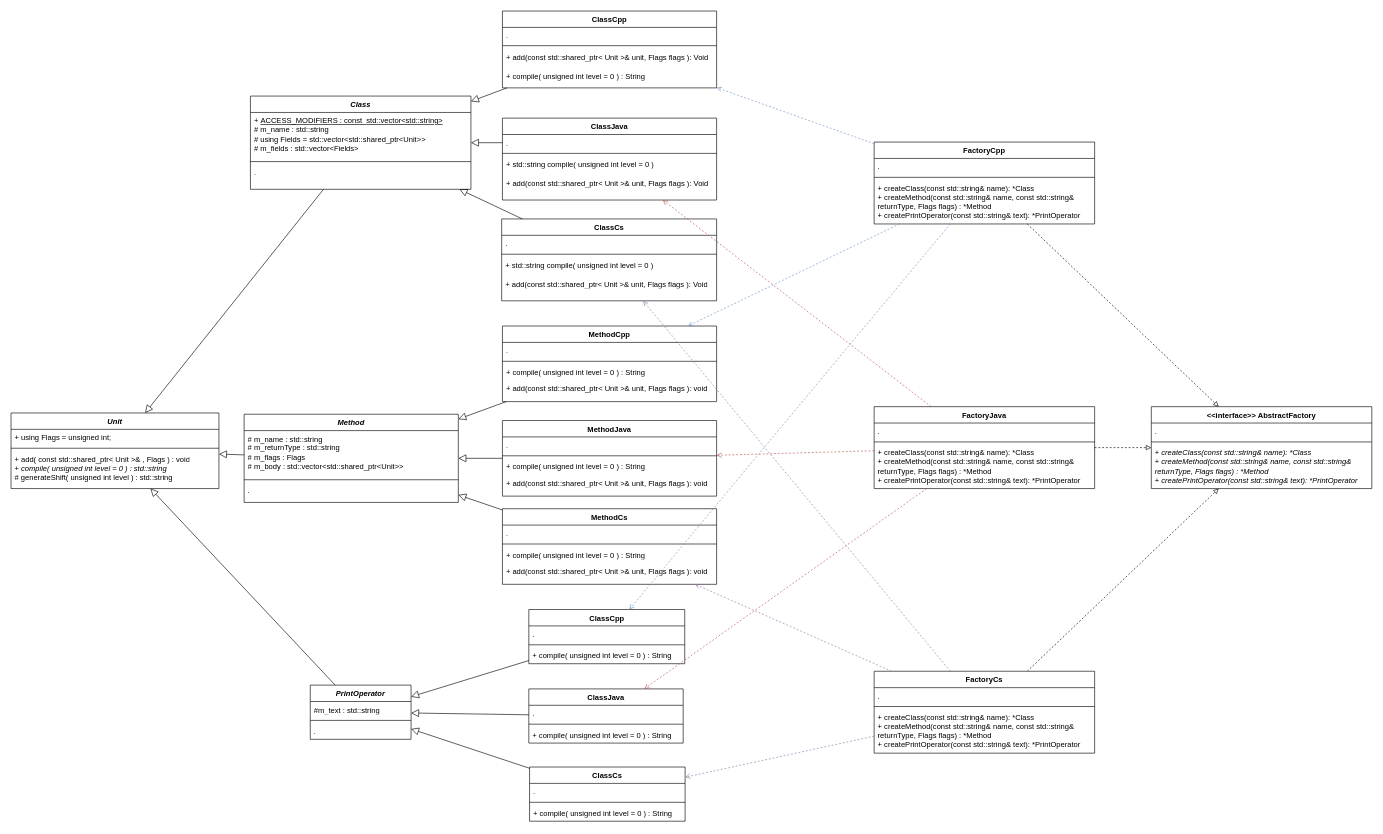
Above: UML.drawio in lekksha/CodeGenerator (draw.io), before the change. Source tidied: cells renumbered, new cells numbered last; positions are measured from the earlier drawing's top-left corner, leaving out a move shared by most shapes. Both pictures are drawn from the tidied source at 63%, with x=0, y=0 at pixel (11, 11).
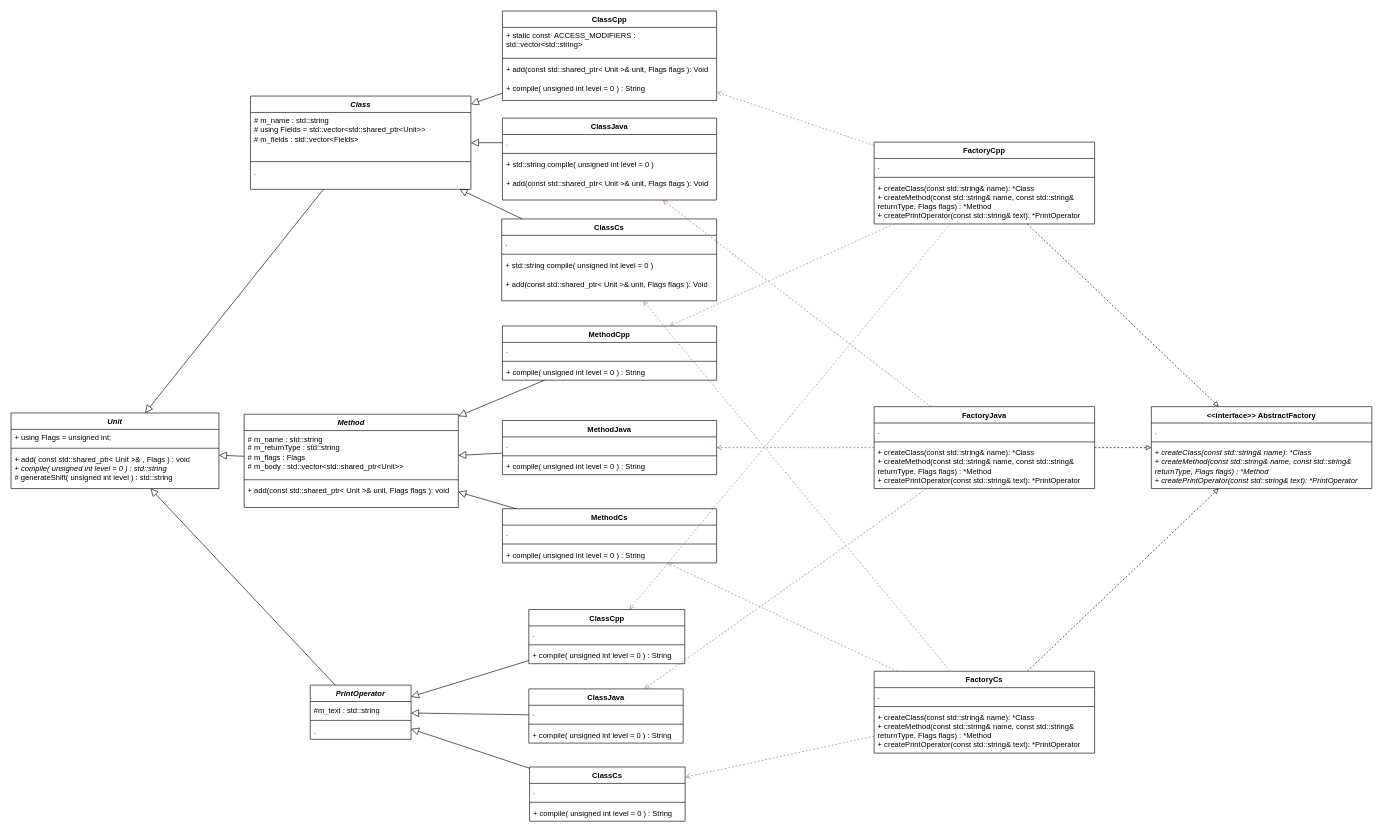
After the change.

Commit message (it also covers changes not shown here):
fix UML-code inconsitstancies

Unchanged cells that the change refers to:
```xml
<mxCell id="96" value="&lt;i&gt;Class&lt;/i&gt;" style="swimlane;fontStyle=1;align=center;verticalAlign=top;horizontal=1;startSize=26;whiteSpace=wrap;html=1;" parent="1" vertex="1">
  <mxGeometry x="380" y="135" width="350" height="148" as="geometry" />
</mxCell>
```

Change to the diagram source:
```diff
@@
     <mxCell id="2" value="ClassCpp" style="swimlane;fontStyle=1;align=center;verticalAlign=top;horizontal=1;startSize=26;whiteSpace=wrap;html=1;" parent="1" vertex="1">
-      <mxGeometry x="780" width="340" height="122" as="geometry" />
+      <mxGeometry x="780" width="340" height="142" as="geometry" />
     </mxCell>
-    <mxCell id="3" value="." style="text;strokeColor=none;fillColor=none;align=left;verticalAlign=top;spacingLeft=4;spacingRight=4;overflow=hidden;whiteSpace=wrap;html=1;" parent="2" vertex="1">
-      <mxGeometry y="26" width="340" height="24" as="geometry" />
+    <mxCell id="3" value="+ static const&amp;nbsp; ACCESS_MODIFIERS : std::vector&amp;lt;std::string&amp;gt;" style="text;strokeColor=none;fillColor=none;align=left;verticalAlign=top;spacingLeft=4;spacingRight=4;overflow=hidden;whiteSpace=wrap;html=1;" parent="2" vertex="1">
+      <mxGeometry y="26" width="340" height="44" as="geometry" />
     </mxCell>
     <mxCell id="4" style="line;strokeWidth=1;fillColor=none;align=left;verticalAlign=middle;spacingTop=-1;spacingLeft=3;spacingRight=3;labelPosition=right;strokeColor=inherit;" parent="2" vertex="1">
-      <mxGeometry y="50" width="340" height="10" as="geometry" />
+      <mxGeometry y="70" width="340" height="10" as="geometry" />
     </mxCell>
     <mxCell id="5" value="+ add(const std::shared_ptr&amp;lt; Unit &amp;gt;&amp;amp; unit, Flags flags&amp;nbsp;): Void" style="text;strokeColor=none;fillColor=none;align=left;verticalAlign=top;spacingLeft=4;spacingRight=4;overflow=hidden;whiteSpace=wrap;html=1;" parent="2" vertex="1">
-      <mxGeometry y="60" width="340" height="30" as="geometry" />
+      <mxGeometry y="80" width="340" height="30" as="geometry" />
     </mxCell>
     <mxCell id="6" value="+ compile( unsigned int level = 0 ) : String" style="text;strokeColor=none;fillColor=none;align=left;verticalAlign=top;spacingLeft=4;spacingRight=4;overflow=hidden;whiteSpace=wrap;html=1;" parent="2" vertex="1">
-      <mxGeometry y="90" width="340" height="32" as="geometry" />
+      <mxGeometry y="110" width="340" height="32" as="geometry" />
     </mxCell>
@@
     <mxCell id="19" value="MethodCpp" style="swimlane;fontStyle=1;align=center;verticalAlign=top;horizontal=1;startSize=26;whiteSpace=wrap;html=1;" parent="1" vertex="1">
-      <mxGeometry x="780" y="500" width="340" height="120" as="geometry" />
+      <mxGeometry x="780" y="500" width="340" height="86" as="geometry" />
     </mxCell>
@@
-    <mxCell id="23" value="+ add(const std::shared_ptr&amp;lt; Unit &amp;gt;&amp;amp; unit, Flags flags&amp;nbsp;): void" style="text;strokeColor=none;fillColor=none;align=left;verticalAlign=top;spacingLeft=4;spacingRight=4;overflow=hidden;whiteSpace=wrap;html=1;" parent="19" vertex="1">
-      <mxGeometry y="86" width="340" height="34" as="geometry" />
-    </mxCell>
     <mxCell id="24" value="&lt;i&gt;Method&lt;/i&gt;" style="swimlane;fontStyle=1;align=center;verticalAlign=top;horizontal=1;startSize=26;whiteSpace=wrap;html=1;" parent="1" vertex="1">
-      <mxGeometry x="370" y="640" width="340" height="140" as="geometry" />
+      <mxGeometry x="370" y="640" width="340" height="148" as="geometry" />
     </mxCell>
@@
-    <mxCell id="27" value="." style="text;strokeColor=none;fillColor=none;align=left;verticalAlign=top;spacingLeft=4;spacingRight=4;overflow=hidden;whiteSpace=wrap;html=1;" parent="24" vertex="1">
-      <mxGeometry y="108" width="340" height="32" as="geometry" />
+    <mxCell id="27" value="+ add(const std::shared_ptr&amp;lt; Unit &amp;gt;&amp;amp; unit, Flags flags&amp;nbsp;): void" style="text;strokeColor=none;fillColor=none;align=left;verticalAlign=top;spacingLeft=4;spacingRight=4;overflow=hidden;whiteSpace=wrap;html=1;" parent="24" vertex="1">
+      <mxGeometry y="108" width="340" height="40" as="geometry" />
     </mxCell>
     <mxCell id="28" value="MethodJava" style="swimlane;fontStyle=1;align=center;verticalAlign=top;horizontal=1;startSize=26;whiteSpace=wrap;html=1;" parent="1" vertex="1">
-      <mxGeometry x="780" y="650" width="340" height="120" as="geometry" />
+      <mxGeometry x="780" y="650" width="340" height="86" as="geometry" />
     </mxCell>
@@
-    <mxCell id="32" value="+ add(const std::shared_ptr&amp;lt; Unit &amp;gt;&amp;amp; unit, Flags flags&amp;nbsp;): void" style="text;strokeColor=none;fillColor=none;align=left;verticalAlign=top;spacingLeft=4;spacingRight=4;overflow=hidden;whiteSpace=wrap;html=1;" parent="28" vertex="1">
-      <mxGeometry y="86" width="340" height="34" as="geometry" />
-    </mxCell>
     <mxCell id="33" value="MethodCs" style="swimlane;fontStyle=1;align=center;verticalAlign=top;horizontal=1;startSize=26;whiteSpace=wrap;html=1;" parent="1" vertex="1">
-      <mxGeometry x="780" y="790" width="340" height="120" as="geometry" />
+      <mxGeometry x="780" y="790" width="340" height="86" as="geometry" />
     </mxCell>
@@
-    <mxCell id="37" value="+ add(const std::shared_ptr&amp;lt; Unit &amp;gt;&amp;amp; unit, Flags flags&amp;nbsp;): void" style="text;strokeColor=none;fillColor=none;align=left;verticalAlign=top;spacingLeft=4;spacingRight=4;overflow=hidden;whiteSpace=wrap;html=1;" parent="33" vertex="1">
-      <mxGeometry y="86" width="340" height="34" as="geometry" />
-    </mxCell>
@@
-    <mxCell id="97" value="&lt;div&gt;+&amp;nbsp;&lt;u&gt;ACCESS_MODIFIERS :&amp;nbsp;&lt;span style=&quot;background-color: initial;&quot;&gt;const&amp;nbsp;&lt;/span&gt;&lt;span style=&quot;background-color: initial;&quot;&gt;&amp;nbsp;&lt;/span&gt;&lt;span style=&quot;background-color: initial;&quot;&gt;std::vector&amp;lt;std::string&amp;gt;&lt;/span&gt;&lt;/u&gt;&lt;br&gt;&lt;/div&gt;# m_name : std::string&lt;br style=&quot;border-color: var(--border-color);&quot;&gt;# using Fields = std::vector&amp;lt;std::shared_ptr&amp;lt;Unit&amp;gt;&amp;gt;&lt;br style=&quot;border-color: var(--border-color);&quot;&gt;&lt;span style=&quot;border-color: var(--border-color); background-color: initial;&quot;&gt;# m_fields :&lt;/span&gt;&amp;nbsp;std::vector&amp;lt;Fields&amp;gt;" style="text;strokeColor=none;fillColor=none;align=left;verticalAlign=top;spacingLeft=4;spacingRight=4;overflow=hidden;whiteSpace=wrap;html=1;" parent="96" vertex="1">
+    <mxCell id="97" value="# m_name : std::string&lt;br style=&quot;border-color: var(--border-color);&quot;&gt;# using Fields = std::vector&amp;lt;std::shared_ptr&amp;lt;Unit&amp;gt;&amp;gt;&lt;br style=&quot;border-color: var(--border-color);&quot;&gt;&lt;span style=&quot;border-color: var(--border-color); background-color: initial;&quot;&gt;# m_fields :&lt;/span&gt;&amp;nbsp;std::vector&amp;lt;Fields&amp;gt;&lt;br style=&quot;border-color: var(--border-color);&quot;&gt;" style="text;strokeColor=none;fillColor=none;align=left;verticalAlign=top;spacingLeft=4;spacingRight=4;overflow=hidden;whiteSpace=wrap;html=1;" parent="96" vertex="1">
       <mxGeometry y="26" width="350" height="74" as="geometry" />
     </mxCell>
```
